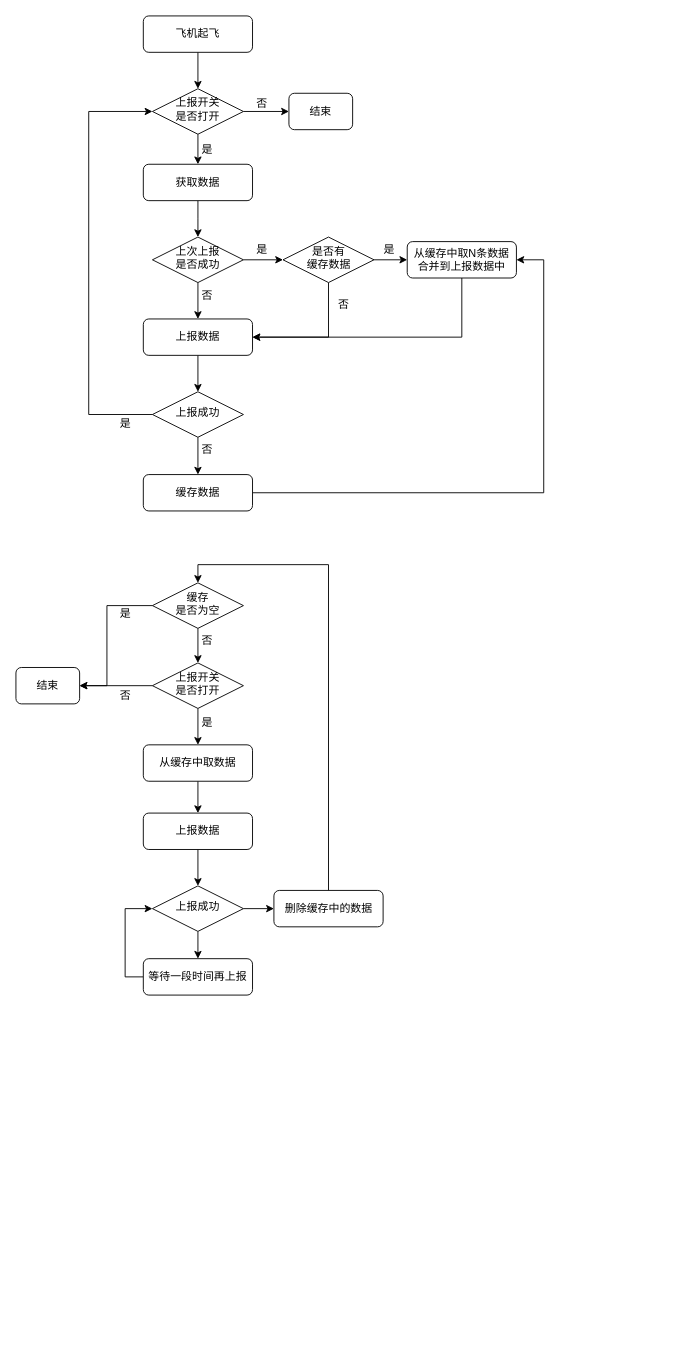
This is 动态数据报送.drawio from xubinlu/AndroidNDK, a draw.io file, before an edit. Source tidied: cells renumbered, new cells numbered last; positions are measured from the earlier drawing's top-left corner, leaving out a move shared by most shapes. Both pictures are drawn from the tidied source at 91%, with x=0, y=0 at pixel (15, 15).
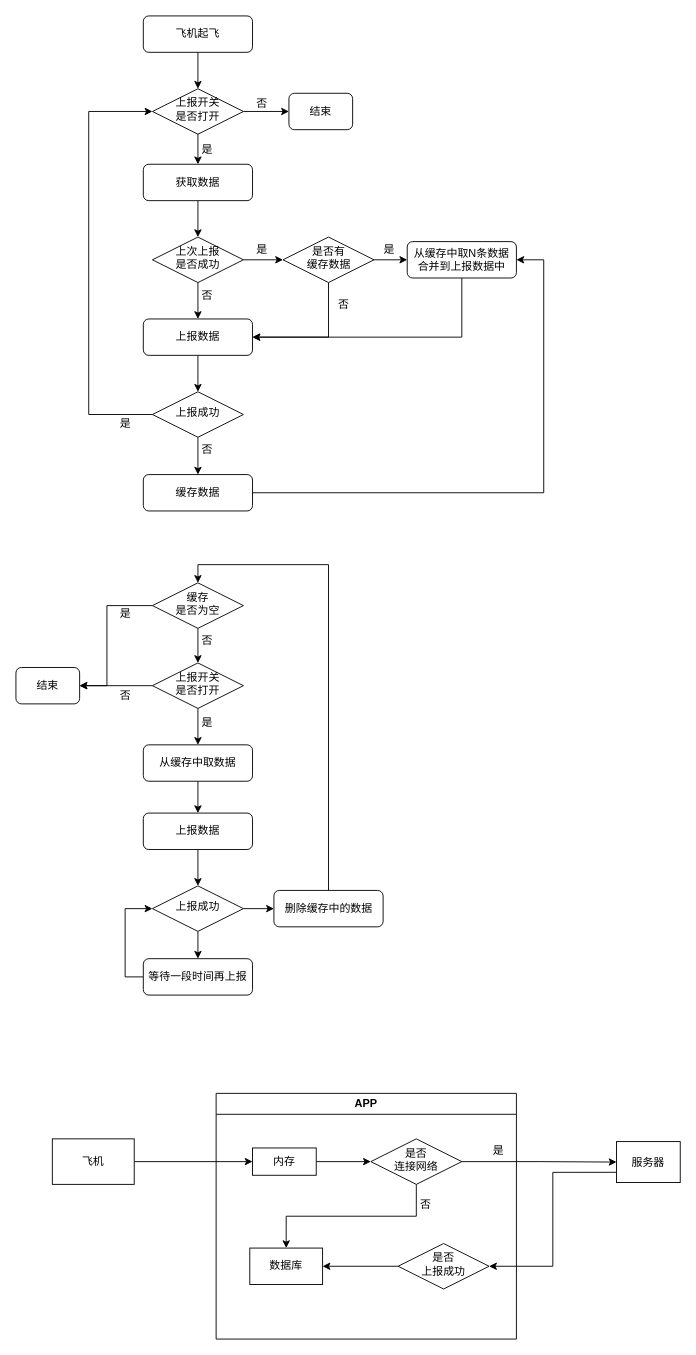
After the change.

Commit message:
更新动态数据报送.drawio

The edit, as a diff of the source:
```diff
@@
+    <mxCell id="55" value="APP" style="swimlane;whiteSpace=wrap;html=1;" parent="1" vertex="1">
+      <mxGeometry x="220" y="1184" width="330" height="270" as="geometry" />
+    </mxCell>
+    <mxCell id="56" style="edgeStyle=orthogonalEdgeStyle;rounded=0;jettySize=auto;html=1;exitX=1;exitY=0.5;exitDx=0;exitDy=0;entryX=0;entryY=0.5;entryDx=0;entryDy=0;" parent="55" edge="1" source="57" target="59">
+      <mxGeometry relative="1" as="geometry" />
+    </mxCell>
+    <mxCell id="57" value="内存" style="rounded=0;whiteSpace=wrap;html=1;" parent="55" vertex="1">
+      <mxGeometry x="40" y="60" width="70" height="30" as="geometry" />
+    </mxCell>
+    <mxCell id="58" style="edgeStyle=orthogonalEdgeStyle;rounded=0;jettySize=auto;html=1;exitX=0.5;exitY=1;exitDx=0;exitDy=0;entryX=0.5;entryY=0;entryDx=0;entryDy=0;" parent="55" edge="1" source="59" target="60">
+      <mxGeometry relative="1" as="geometry" />
+    </mxCell>
+    <mxCell id="59" value="是否&lt;br&gt;连接网络" style="rhombus;whiteSpace=wrap;html=1;shadow=0;fontFamily=Helvetica;fontSize=12;align=center;strokeWidth=1;spacing=6;spacingTop=-4;" parent="55" vertex="1">
+      <mxGeometry x="170" y="50" width="100" height="50" as="geometry" />
+    </mxCell>
+    <mxCell id="60" value="数据库" style="rounded=0;whiteSpace=wrap;html=1;" parent="55" vertex="1">
+      <mxGeometry x="37" y="170" width="80" height="40" as="geometry" />
+    </mxCell>
+    <mxCell id="61" style="edgeStyle=orthogonalEdgeStyle;rounded=0;jettySize=auto;html=1;exitX=0;exitY=0.5;exitDx=0;exitDy=0;entryX=1;entryY=0.5;entryDx=0;entryDy=0;" parent="55" edge="1" source="62" target="60">
+      <mxGeometry relative="1" as="geometry" />
+    </mxCell>
+    <mxCell id="62" value="是否&lt;br&gt;上报成功" style="rhombus;whiteSpace=wrap;html=1;shadow=0;fontFamily=Helvetica;fontSize=12;align=center;strokeWidth=1;spacing=6;spacingTop=-4;" parent="55" vertex="1">
+      <mxGeometry x="200" y="165" width="100" height="50" as="geometry" />
+    </mxCell>
+    <mxCell id="63" style="edgeStyle=orthogonalEdgeStyle;rounded=0;jettySize=auto;html=1;exitX=1;exitY=0.5;exitDx=0;exitDy=0;entryX=0;entryY=0.5;entryDx=0;entryDy=0;" parent="1" edge="1" source="64" target="57">
+      <mxGeometry relative="1" as="geometry" />
+    </mxCell>
+    <mxCell id="64" value="飞机" style="rounded=0;whiteSpace=wrap;html=1;" parent="1" vertex="1">
+      <mxGeometry x="40" y="1234" width="90" height="50" as="geometry" />
+    </mxCell>
+    <mxCell id="65" style="edgeStyle=orthogonalEdgeStyle;rounded=0;jettySize=auto;html=1;exitX=0;exitY=0.75;exitDx=0;exitDy=0;entryX=1;entryY=0.5;entryDx=0;entryDy=0;" parent="1" edge="1" source="66" target="62">
+      <mxGeometry relative="1" as="geometry" />
+    </mxCell>
+    <mxCell id="66" value="服务器" style="rounded=0;whiteSpace=wrap;html=1;" parent="1" vertex="1">
+      <mxGeometry x="660" y="1237" width="70" height="45" as="geometry" />
+    </mxCell>
+    <mxCell id="67" style="edgeStyle=orthogonalEdgeStyle;rounded=0;jettySize=auto;html=1;exitX=1;exitY=0.5;exitDx=0;exitDy=0;entryX=0;entryY=0.5;entryDx=0;entryDy=0;" parent="1" edge="1" source="59" target="66">
+      <mxGeometry relative="1" as="geometry" />
+    </mxCell>
+    <mxCell id="68" value="是" style="text;html=1;align=center;verticalAlign=middle;strokeColor=none;fillColor=none;" parent="1" vertex="1">
+      <mxGeometry x="510" y="1232" width="40" height="30" as="geometry" />
+    </mxCell>
+    <mxCell id="69" value="否" style="text;html=1;align=center;verticalAlign=middle;strokeColor=none;fillColor=none;" parent="1" vertex="1">
+      <mxGeometry x="430" y="1292" width="40" height="30" as="geometry" />
+    </mxCell>
```
